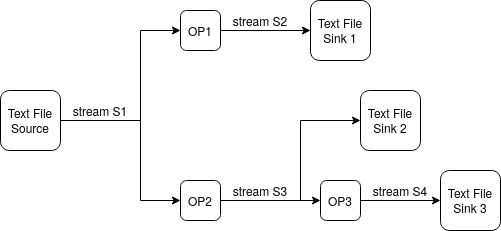
Above: docs/images/chapter3/greatSellerApp.png in cablan/thesis (draw.io), before the change. Source tidied: cells renumbered, new cells last; positions are measured from the earlier drawing's top-left corner, leaving out a move shared by most shapes.
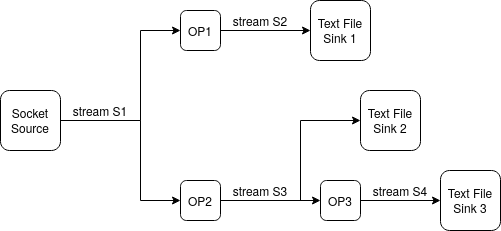
Above is the later version.

Diff of the diagram source:
```diff
@@ -2,7 +2,7 @@
   <root>
     <mxCell id="0" />
     <mxCell id="1" parent="0" />
-    <mxCell id="2" value="Text File Source" style="rounded=1;whiteSpace=wrap;html=1;" parent="1" vertex="1">
+    <mxCell id="2" value="Socket Source" style="rounded=1;whiteSpace=wrap;html=1;" parent="1" vertex="1">
       <mxGeometry y="90" width="60" height="60" as="geometry" />
     </mxCell>
     <mxCell id="3" value="OP2" style="rounded=1;whiteSpace=wrap;html=1;" parent="1" vertex="1">
```
